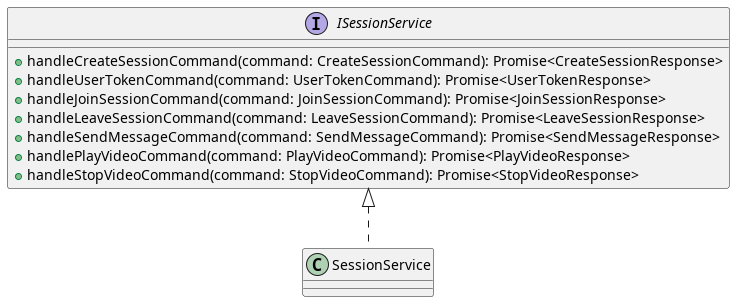
The PlantUML diagram static/img/ddd/detailed_design/session/session-service-application.png in LetsStreamIt/documentation, before a commit.
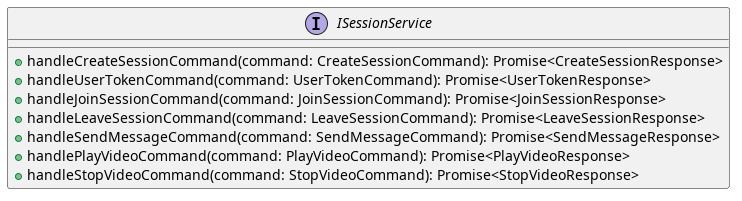
Above is the later version.

Commit message:
docs: add aggregates uml

What changed in the source:
```diff
@@ -11,9 +11,5 @@
 }
 
 
-class SessionService implements ISessionService {}
-
-
-
 
 @enduml
```
